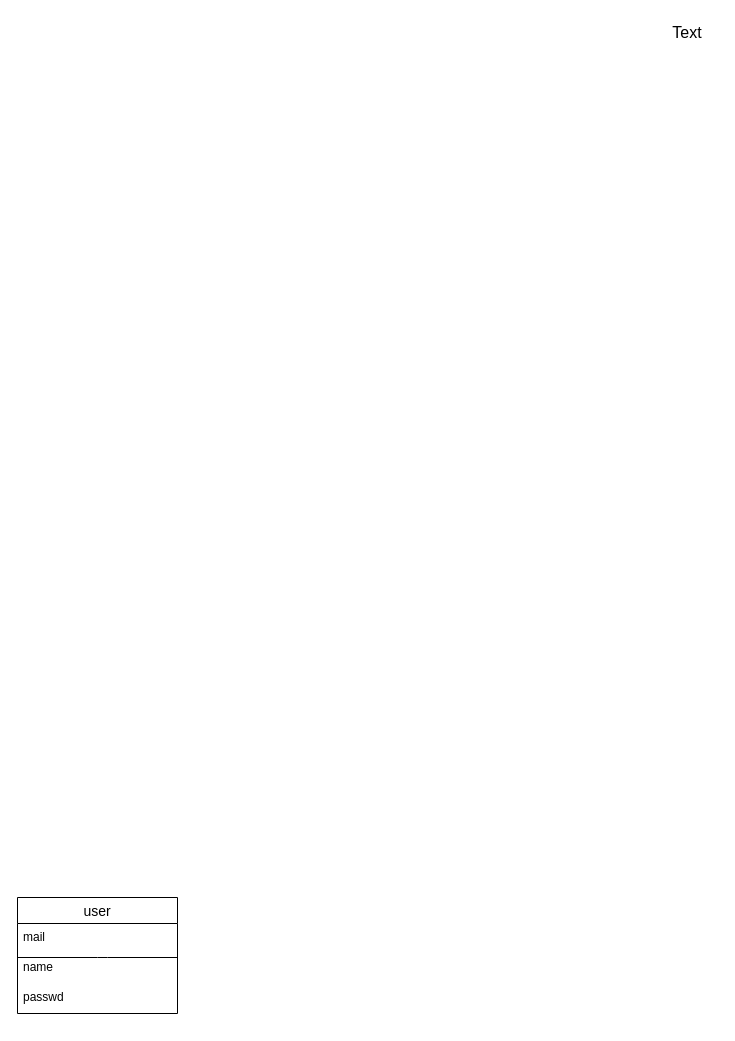
Above: page "データベース" (1 of 5) of 画面設計.drawio in ringohoka/AnnounceSituation (draw.io), before the change. Source tidied: cells renumbered, new cells numbered last; positions are measured from the earlier drawing's top-left corner, leaving out a move shared by most shapes. Both pictures are drawn from the tidied source at 100%, with x=0, y=0 at pixel (17, 17).
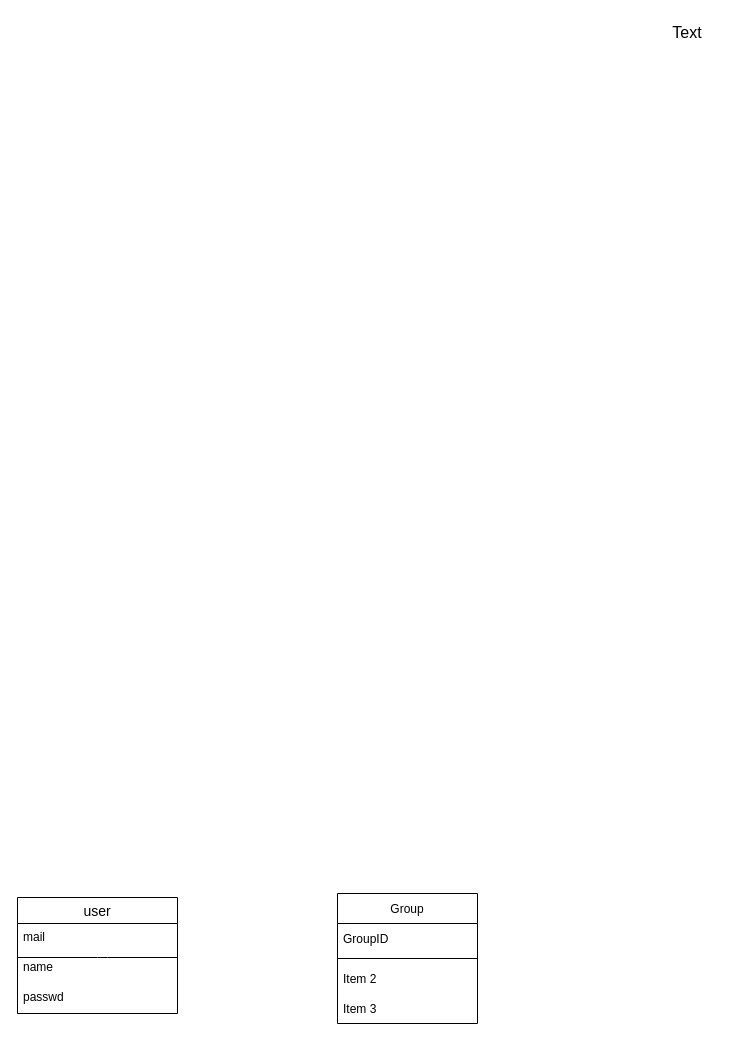
Above is the later version.

Diff of the diagram source:
```diff
@@
 <mxGraphModel>
   <root>
     <mxCell id="0" />
     <mxCell id="1" parent="0" />
     <mxCell id="2" value="user" style="swimlane;fontStyle=0;horizontal=1;startSize=26;align=center;fontSize=14;" parent="1" vertex="1">
       <mxGeometry y="880" width="160" height="116" as="geometry" />
     </mxCell>
     <mxCell id="3" value="mail" style="text;strokeColor=none;fillColor=none;spacingLeft=4;spacingRight=4;overflow=hidden;fontSize=12;" parent="2" vertex="1">
       <mxGeometry y="26" width="160" height="30" as="geometry" />
     </mxCell>
     <mxCell id="4" style="endArrow=none;html=1;rounded=0;" parent="2" edge="1">
       <mxGeometry relative="1" as="geometry">
         <mxPoint y="60" as="sourcePoint" />
         <mxPoint x="160" y="60" as="targetPoint" />
         <Array as="points">
           <mxPoint x="80" y="60" />
           <mxPoint x="90" y="60" />
         </Array>
       </mxGeometry>
     </mxCell>
     <mxCell id="5" value="name" style="text;strokeColor=none;fillColor=none;spacingLeft=4;spacingRight=4;overflow=hidden;fontSize=12;" parent="2" vertex="1">
       <mxGeometry y="56" width="160" height="30" as="geometry" />
     </mxCell>
     <mxCell id="6" value="passwd" style="text;strokeColor=none;fillColor=none;spacingLeft=4;spacingRight=4;overflow=hidden;fontSize=12;" parent="2" vertex="1">
       <mxGeometry y="86" width="160" height="30" as="geometry" />
     </mxCell>
     <mxCell id="7" value="Text" style="text;strokeColor=none;fillColor=none;html=1;align=center;verticalAlign=middle;whiteSpace=wrap;rounded=0;fontSize=16;" parent="1" vertex="1">
       <mxGeometry x="640" width="60" height="30" as="geometry" />
     </mxCell>
+    <mxCell id="8" value="Group" style="swimlane;fontStyle=0;horizontal=1;startSize=30;" parent="1" vertex="1">
+      <mxGeometry x="320" y="876" width="140" height="130" as="geometry" />
+    </mxCell>
+    <mxCell id="9" value="GroupID" style="text;strokeColor=none;fillColor=none;align=left;verticalAlign=middle;spacingLeft=4;spacingRight=4;overflow=hidden;" parent="8" vertex="1">
+      <mxGeometry y="30" width="140" height="30" as="geometry" />
+    </mxCell>
+    <mxCell id="10" style="line;strokeWidth=1;dashed=0;labelPosition=right;align=left;verticalAlign=middle;spacingTop=0;spacingLeft=6;" parent="8" vertex="1">
+      <mxGeometry y="60" width="140" height="10" as="geometry" />
+    </mxCell>
+    <mxCell id="11" value="Item 2" style="text;strokeColor=none;fillColor=none;align=left;verticalAlign=middle;spacingLeft=4;spacingRight=4;overflow=hidden;" parent="8" vertex="1">
+      <mxGeometry y="70" width="140" height="30" as="geometry" />
+    </mxCell>
+    <mxCell id="12" value="Item 3" style="text;strokeColor=none;fillColor=none;align=left;verticalAlign=middle;spacingLeft=4;spacingRight=4;overflow=hidden;" parent="8" vertex="1">
+      <mxGeometry y="100" width="140" height="30" as="geometry" />
+    </mxCell>
   </root>
 </mxGraphModel>
```
